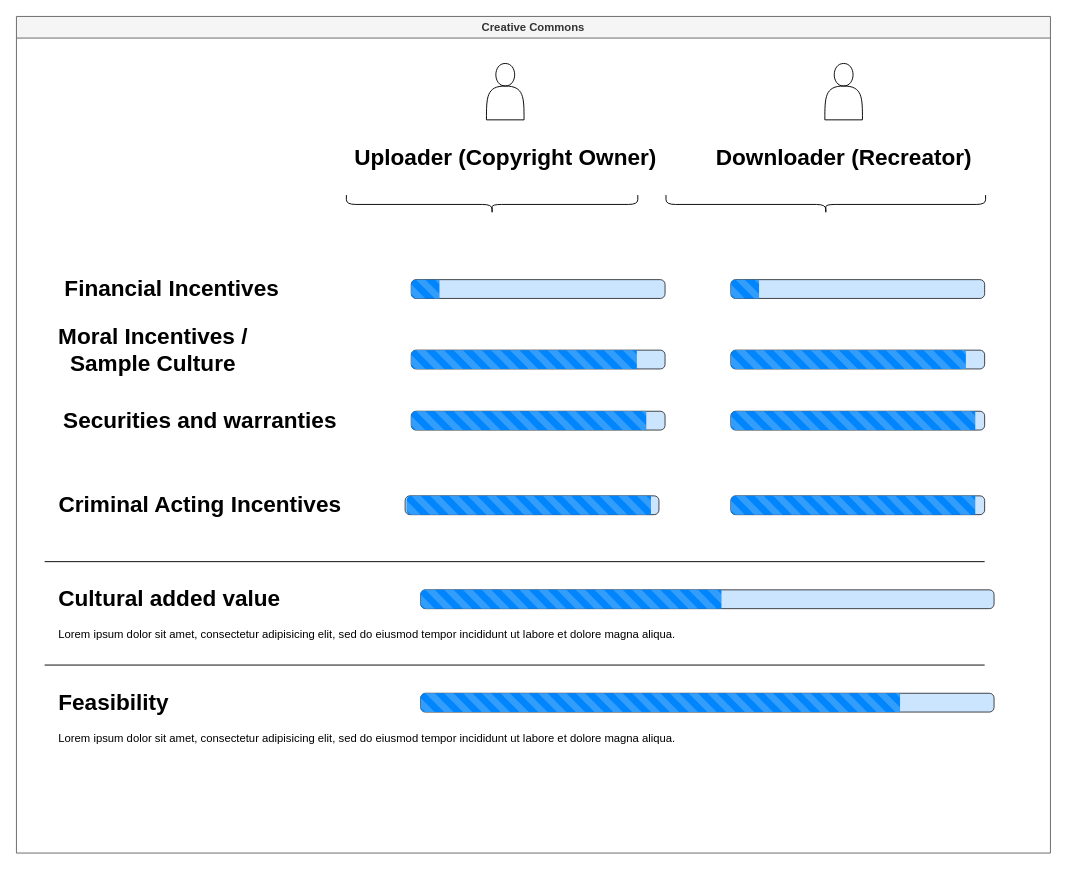
The draw.io diagram page "Incentive_Diagramm_Creative_Commons" (20 of 25) of beatblender_diagrams.drawio in maximilian-mintchev/Diagrams, before the edit. Source tidied: cells renumbered, new cells numbered last; positions are measured from the earlier drawing's top-left corner, leaving out a move shared by most shapes. Both pictures are drawn from the tidied source at 94%, with x=0, y=0 at pixel (16, 16).
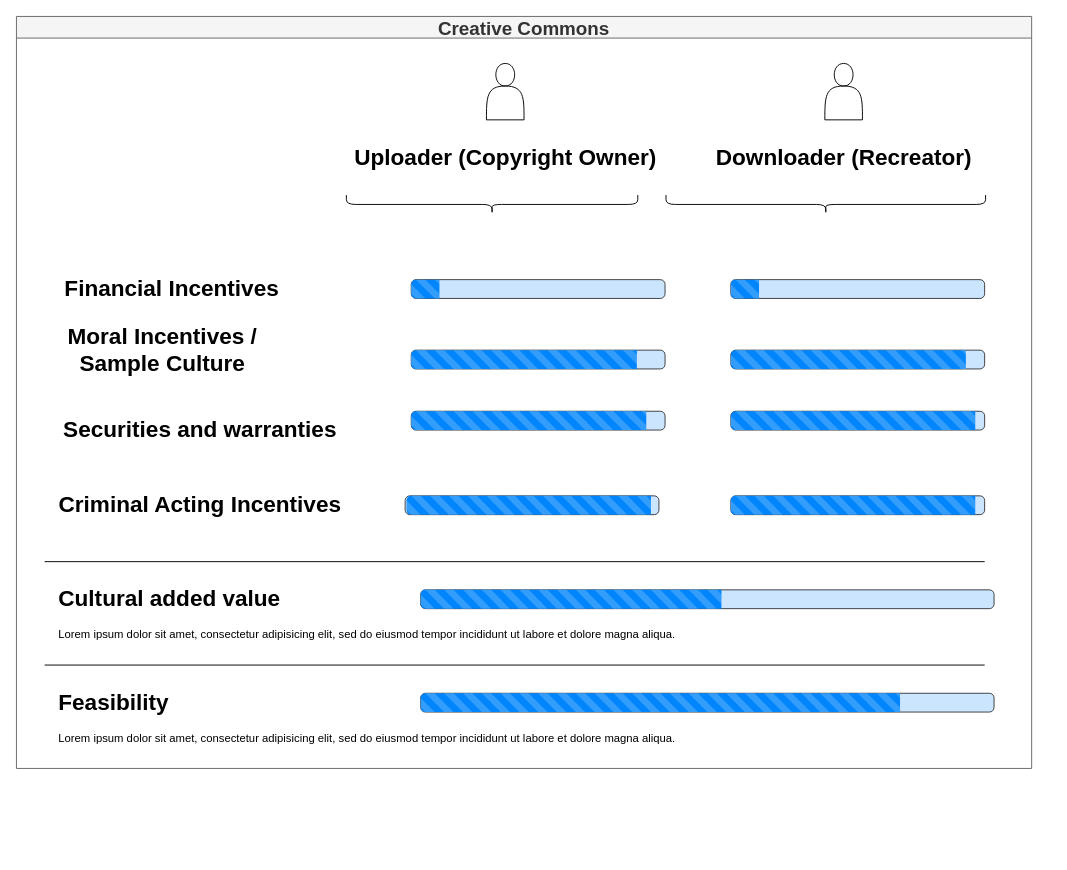
The same diagram, later.

Change to the diagram source:
```diff
@@
-    <mxCell id="2" value="Creative Commons" style="swimlane;startSize=23;fillColor=#f5f5f5;strokeColor=#666666;fontColor=#333333;" parent="1" vertex="1">
-      <mxGeometry width="1100" height="890" as="geometry" />
+    <mxCell id="2" value="Creative Commons" style="swimlane;startSize=23;fillColor=#f5f5f5;strokeColor=#666666;fontColor=#333333;fontSize=20;" parent="1" vertex="1">
+      <mxGeometry width="1080" height="800" as="geometry" />
     </mxCell>
@@
     <mxCell id="6" value="Securities and warranties" style="text;strokeColor=none;fillColor=none;html=1;fontSize=24;fontStyle=1;verticalAlign=middle;align=center;shadow=0;sketch=0;" parent="2" vertex="1">
-      <mxGeometry x="60" y="410" width="270" height="40" as="geometry" />
+      <mxGeometry x="60" y="420" width="270" height="40" as="geometry" />
     </mxCell>
@@
     <mxCell id="17" value="Moral Incentives / &lt;br&gt;Sample Culture" style="text;strokeColor=none;fillColor=none;html=1;fontSize=24;fontStyle=1;verticalAlign=middle;align=center;shadow=0;sketch=0;" parent="2" vertex="1">
-      <mxGeometry x="10" y="335" width="270" height="40" as="geometry" />
+      <mxGeometry x="20" y="335" width="270" height="40" as="geometry" />
     </mxCell>
```
